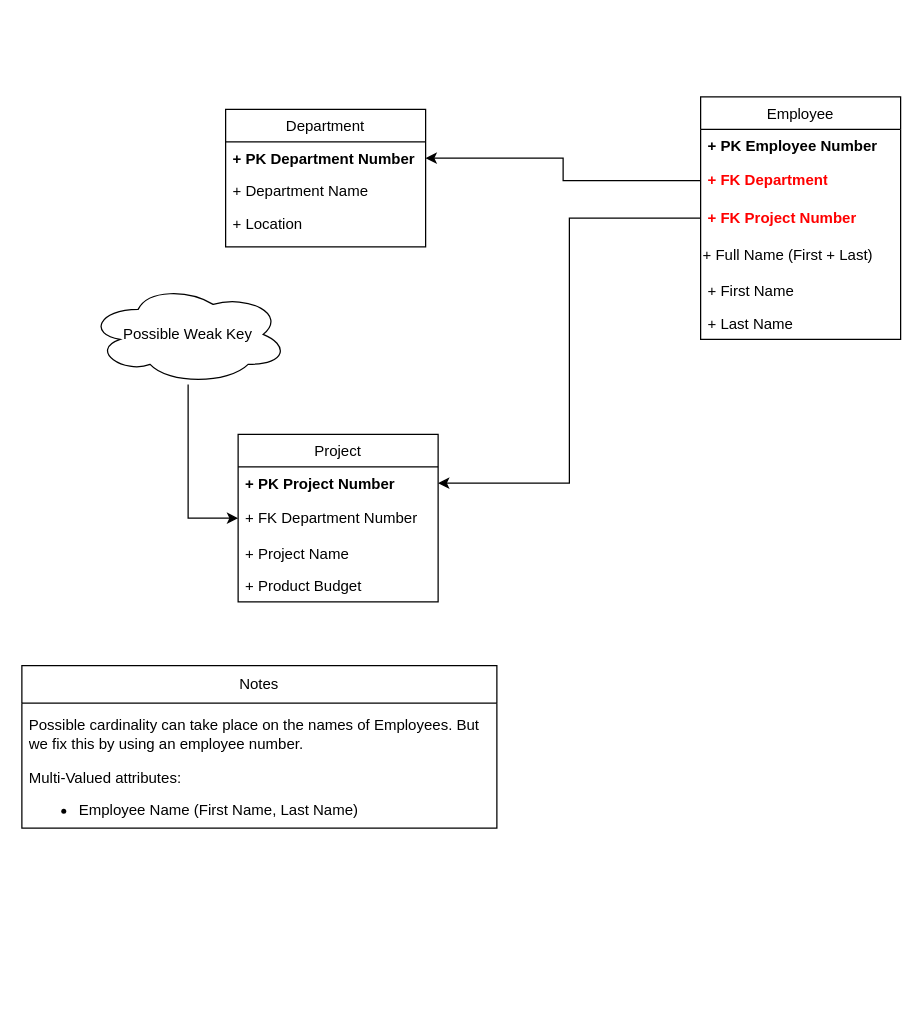
Above: Untitled Diagram.drawio in brockpriest/CS3550 (draw.io), before the change. Source tidied: cells renumbered, new cells numbered last; positions are measured from the earlier drawing's top-left corner, leaving out a move shared by most shapes. Both pictures are drawn from the tidied source at 125%, with x=0, y=0 at pixel (21, 96).
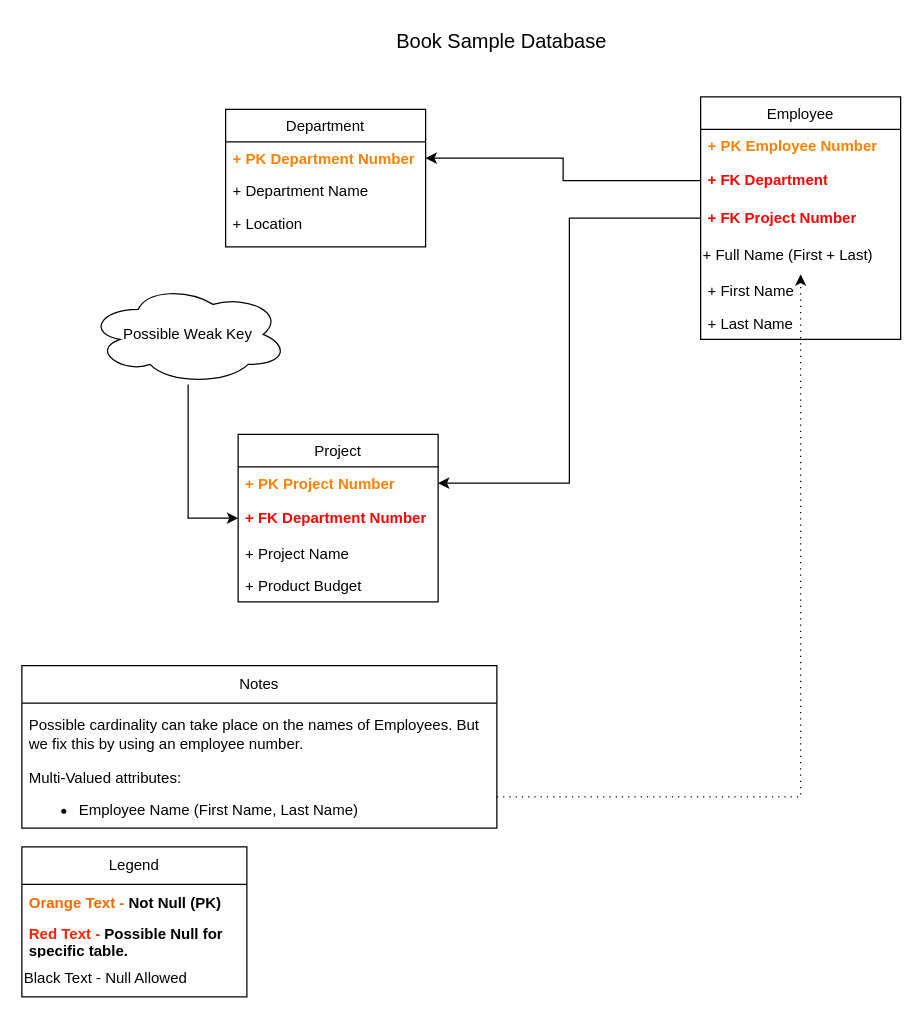
After the change.

Unchanged cells that the change refers to:
```xml
<mxCell id="2" value="Department" style="swimlane;fontStyle=0;align=center;verticalAlign=top;horizontal=1;startSize=26;rounded=0;shadow=0;strokeWidth=1;" parent="1" vertex="1">
  <mxGeometry x="163" y="10" width="160" height="110" as="geometry" />
</mxCell>
<mxCell id="6" value="Project" style="swimlane;fontStyle=0;align=center;verticalAlign=top;horizontal=1;startSize=26;rounded=0;shadow=0;strokeWidth=1;" parent="1" vertex="1">
  <mxGeometry x="173" y="270" width="160" height="134" as="geometry" />
</mxCell>
<mxCell id="11" value="Employee" style="swimlane;fontStyle=0;align=center;verticalAlign=top;horizontal=1;startSize=26;rounded=0;shadow=0;strokeWidth=1;" parent="1" vertex="1">
  <mxGeometry x="543" width="160" height="194" as="geometry" />
</mxCell>
<mxCell id="15" value="+ Full Name (First + Last)" style="text;html=1;strokeColor=none;fillColor=none;align=left;verticalAlign=middle;whiteSpace=wrap;rounded=0;" parent="11" vertex="1">
  <mxGeometry y="112" width="160" height="30" as="geometry" />
</mxCell>
<mxCell id="24" value="Multi-Valued attributes:&amp;nbsp;&lt;br&gt;&lt;ul&gt;&lt;li&gt;Employee Name (First Name, Last Name)&lt;/li&gt;&lt;/ul&gt;" style="text;strokeColor=none;fillColor=none;align=left;verticalAlign=middle;spacingLeft=4;spacingRight=4;overflow=hidden;points=[[0,0.5],[1,0.5]];portConstraint=eastwest;whiteSpace=wrap;html=1;" parent="22" vertex="1">
  <mxGeometry y="80" width="380" height="50" as="geometry" />
</mxCell>
```

What changed in the source:
```diff
@@
-    <mxCell id="3" value="+ PK Department Number" style="text;align=left;verticalAlign=top;spacingLeft=4;spacingRight=4;overflow=hidden;points=[[0,0.5],[1,0.5]];portConstraint=eastwest;fontStyle=1;" parent="2" vertex="1">
+    <mxCell id="3" value="+ PK Department Number" style="text;align=left;verticalAlign=top;spacingLeft=4;spacingRight=4;overflow=hidden;points=[[0,0.5],[1,0.5]];portConstraint=eastwest;fontStyle=1;fontColor=#FF8000;" parent="2" vertex="1">
       <mxGeometry y="26" width="160" height="26" as="geometry" />
     </mxCell>
@@
-    <mxCell id="7" value="+ PK Project Number" style="text;align=left;verticalAlign=top;spacingLeft=4;spacingRight=4;overflow=hidden;points=[[0,0.5],[1,0.5]];portConstraint=eastwest;fontStyle=1;" parent="6" vertex="1">
+    <mxCell id="7" value="+ PK Project Number" style="text;align=left;verticalAlign=top;spacingLeft=4;spacingRight=4;overflow=hidden;points=[[0,0.5],[1,0.5]];portConstraint=eastwest;fontStyle=1;fontColor=#FF8000;" parent="6" vertex="1">
       <mxGeometry y="26" width="160" height="26" as="geometry" />
     </mxCell>
-    <mxCell id="8" value="+ FK Department Number" style="text;strokeColor=none;fillColor=none;align=left;verticalAlign=middle;spacingLeft=4;spacingRight=4;overflow=hidden;points=[[0,0.5],[1,0.5]];portConstraint=eastwest;whiteSpace=wrap;html=1;" parent="6" vertex="1">
+    <mxCell id="8" value="+ FK Department Number" style="text;strokeColor=none;fillColor=none;align=left;verticalAlign=middle;spacingLeft=4;spacingRight=4;overflow=hidden;points=[[0,0.5],[1,0.5]];portConstraint=eastwest;whiteSpace=wrap;html=1;fontColor=#FF0000;fontStyle=1;" parent="6" vertex="1">
       <mxGeometry y="52" width="160" height="30" as="geometry" />
     </mxCell>
@@
-    <mxCell id="12" value="+ PK Employee Number" style="text;align=left;verticalAlign=top;spacingLeft=4;spacingRight=4;overflow=hidden;fontStyle=1;" parent="11" vertex="1">
+    <mxCell id="12" value="+ PK Employee Number" style="text;align=left;verticalAlign=top;spacingLeft=4;spacingRight=4;overflow=hidden;fontStyle=1;fontColor=#FF8000;" parent="11" vertex="1">
       <mxGeometry y="26" width="160" height="26" as="geometry" />
     </mxCell>
@@
+    <mxCell id="25" style="edgeStyle=orthogonalEdgeStyle;rounded=0;jettySize=auto;html=1;dashed=1;dashPattern=1 4;" parent="1" edge="1" source="24" target="15">
+      <mxGeometry relative="1" as="geometry" />
+    </mxCell>
+    <mxCell id="26" value="Book Sample Database" style="text;html=1;strokeColor=none;fillColor=none;align=center;verticalAlign=middle;whiteSpace=wrap;rounded=0;fontSize=16;" parent="1" vertex="1">
+      <mxGeometry x="266" y="-60" width="236" height="30" as="geometry" />
+    </mxCell>
+    <mxCell id="27" value="Legend" style="swimlane;fontStyle=0;horizontal=1;startSize=30;whiteSpace=wrap;html=1;" parent="1" vertex="1">
+      <mxGeometry y="600" width="180" height="120" as="geometry" />
+    </mxCell>
+    <mxCell id="28" value="Orange Text -&lt;font color=&quot;#000000&quot;&gt; Not Null (PK)&lt;/font&gt;" style="text;strokeColor=none;fillColor=none;align=left;verticalAlign=middle;spacingLeft=4;spacingRight=4;overflow=hidden;whiteSpace=wrap;html=1;fontColor=#ff6600;fontStyle=1;" parent="27" vertex="1">
+      <mxGeometry y="30" width="180" height="30" as="geometry" />
+    </mxCell>
+    <mxCell id="29" value="Red Text - &lt;font color=&quot;#000000&quot;&gt;Possible Null for specific table.&lt;/font&gt;" style="text;strokeColor=none;fillColor=none;align=left;verticalAlign=middle;spacingLeft=4;spacingRight=4;overflow=hidden;whiteSpace=wrap;html=1;fontColor=#FF2200;fontStyle=1;" parent="27" vertex="1">
+      <mxGeometry y="60" width="180" height="30" as="geometry" />
+    </mxCell>
+    <mxCell id="30" value="Black Text - Null Allowed" style="text;html=1;strokeColor=none;fillColor=none;align=left;verticalAlign=middle;whiteSpace=wrap;rounded=0;" parent="27" vertex="1">
+      <mxGeometry y="90" width="180" height="30" as="geometry" />
+    </mxCell>
```
